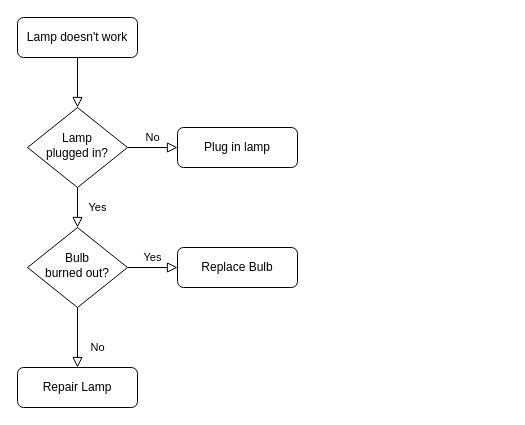
The draw.io diagram Untitled Diagram.drawio in theterrificm/Tax-calculator, before the edit. Source tidied: cells renumbered, new cells numbered last; positions are measured from the earlier drawing's top-left corner, leaving out a move shared by most shapes. Both pictures are drawn from the tidied source at 100%, with x=0, y=0 at pixel (17, 17).
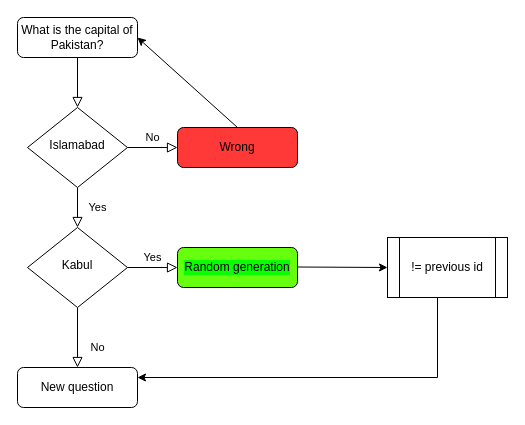
The same diagram, later.

What changed in the source:
```diff
@@
 <mxGraphModel>
   <root>
     <mxCell id="0" />
     <mxCell id="1" parent="0" />
     <mxCell id="2" style="rounded=0;html=1;jettySize=auto;fontSize=11;endArrow=block;endFill=0;endSize=8;strokeWidth=1;shadow=0;labelBackgroundColor=none;edgeStyle=orthogonalEdgeStyle;" parent="1" edge="1" source="3" target="6">
       <mxGeometry relative="1" as="geometry" />
     </mxCell>
-    <mxCell id="3" value="Lamp doesn't work" style="rounded=1;whiteSpace=wrap;html=1;fontSize=12;glass=0;strokeWidth=1;shadow=0;" parent="1" vertex="1">
+    <mxCell id="3" value="What is the capital of Pakistan?" style="rounded=1;whiteSpace=wrap;html=1;fontSize=12;glass=0;strokeWidth=1;shadow=0;" parent="1" vertex="1">
       <mxGeometry width="120" height="40" as="geometry" />
     </mxCell>
     <mxCell id="4" value="Yes" style="rounded=0;html=1;jettySize=auto;fontSize=11;endArrow=block;endFill=0;endSize=8;strokeWidth=1;shadow=0;labelBackgroundColor=none;edgeStyle=orthogonalEdgeStyle;" parent="1" edge="1" source="6" target="10">
       <mxGeometry y="20" relative="1" as="geometry" />
     </mxCell>
     <mxCell id="5" value="No" style="edgeStyle=orthogonalEdgeStyle;rounded=0;html=1;jettySize=auto;fontSize=11;endArrow=block;endFill=0;endSize=8;strokeWidth=1;shadow=0;labelBackgroundColor=none;" parent="1" edge="1" source="6" target="7">
       <mxGeometry y="10" relative="1" as="geometry" />
     </mxCell>
-    <mxCell id="6" value="Lamp&lt;br&gt;plugged in?" style="rhombus;whiteSpace=wrap;html=1;shadow=0;fontFamily=Helvetica;fontSize=12;align=center;strokeWidth=1;spacing=6;spacingTop=-4;" parent="1" vertex="1">
+    <mxCell id="6" value="Islamabad" style="rhombus;whiteSpace=wrap;html=1;shadow=0;fontFamily=Helvetica;fontSize=12;align=center;strokeWidth=1;spacing=6;spacingTop=-4;" parent="1" vertex="1">
       <mxGeometry x="10" y="90" width="100" height="80" as="geometry" />
     </mxCell>
-    <mxCell id="7" value="Plug in lamp" style="rounded=1;whiteSpace=wrap;html=1;fontSize=12;glass=0;strokeWidth=1;shadow=0;" parent="1" vertex="1">
+    <mxCell id="7" value="Wrong" style="rounded=1;whiteSpace=wrap;html=1;fontSize=12;glass=0;strokeWidth=1;shadow=0;fillColor=#FF3838;" parent="1" vertex="1">
       <mxGeometry x="160" y="110" width="120" height="40" as="geometry" />
     </mxCell>
     <mxCell id="8" value="No" style="rounded=0;html=1;jettySize=auto;fontSize=11;endArrow=block;endFill=0;endSize=8;strokeWidth=1;shadow=0;labelBackgroundColor=none;edgeStyle=orthogonalEdgeStyle;" parent="1" edge="1" source="10" target="11">
       <mxGeometry x="0.33" y="20" relative="1" as="geometry" />
     </mxCell>
     <mxCell id="9" value="Yes" style="edgeStyle=orthogonalEdgeStyle;rounded=0;html=1;jettySize=auto;fontSize=11;endArrow=block;endFill=0;endSize=8;strokeWidth=1;shadow=0;labelBackgroundColor=none;" parent="1" edge="1" source="10" target="12">
       <mxGeometry y="10" relative="1" as="geometry" />
     </mxCell>
-    <mxCell id="10" value="Bulb&lt;br&gt;burned out?" style="rhombus;whiteSpace=wrap;html=1;shadow=0;fontFamily=Helvetica;fontSize=12;align=center;strokeWidth=1;spacing=6;spacingTop=-4;" parent="1" vertex="1">
+    <mxCell id="10" value="Kabul&lt;br&gt;" style="rhombus;whiteSpace=wrap;html=1;shadow=0;fontFamily=Helvetica;fontSize=12;align=center;strokeWidth=1;spacing=6;spacingTop=-4;" parent="1" vertex="1">
       <mxGeometry x="10" y="210" width="100" height="80" as="geometry" />
     </mxCell>
-    <mxCell id="11" value="Repair Lamp" style="rounded=1;whiteSpace=wrap;html=1;fontSize=12;glass=0;strokeWidth=1;shadow=0;" parent="1" vertex="1">
+    <mxCell id="11" value="New question" style="rounded=1;whiteSpace=wrap;html=1;fontSize=12;glass=0;strokeWidth=1;shadow=0;" parent="1" vertex="1">
       <mxGeometry y="350" width="120" height="40" as="geometry" />
     </mxCell>
-    <mxCell id="12" value="Replace Bulb" style="rounded=1;whiteSpace=wrap;html=1;fontSize=12;glass=0;strokeWidth=1;shadow=0;" parent="1" vertex="1">
+    <mxCell id="12" value="Random generation" style="rounded=1;whiteSpace=wrap;html=1;fontSize=12;glass=0;strokeWidth=1;shadow=0;labelBackgroundColor=#09FF00;fillColor=#66FF0D;" parent="1" vertex="1">
       <mxGeometry x="160" y="230" width="120" height="40" as="geometry" />
     </mxCell>
+    <mxCell id="13" style="endArrow=classic;html=1;rounded=0;" parent="1" edge="1">
+      <mxGeometry relative="1" as="geometry">
+        <mxPoint x="280" y="249.5" as="sourcePoint" />
+        <mxPoint x="370" y="250" as="targetPoint" />
+      </mxGeometry>
+    </mxCell>
+    <mxCell id="14" style="edgeStyle=orthogonalEdgeStyle;rounded=0;jettySize=auto;html=1;entryX=1;entryY=0.25;entryDx=0;entryDy=0;" parent="1" edge="1" source="15" target="11">
+      <mxGeometry relative="1" as="geometry">
+        <Array as="points">
+          <mxPoint x="420" y="360" />
+        </Array>
+      </mxGeometry>
+    </mxCell>
+    <mxCell id="15" value="!= previous id&lt;br&gt;" style="shape=process;whiteSpace=wrap;html=1;backgroundOutline=1;" parent="1" vertex="1">
+      <mxGeometry x="370" y="220" width="120" height="60" as="geometry" />
+    </mxCell>
+    <mxCell id="16" style="endArrow=classic;html=1;rounded=0;exitX=0.5;exitY=0;exitDx=0;exitDy=0;entryX=1;entryY=0.5;entryDx=0;entryDy=0;" parent="1" edge="1" source="7" target="3">
+      <mxGeometry relative="1" as="geometry" />
+    </mxCell>
   </root>
 </mxGraphModel>
```
